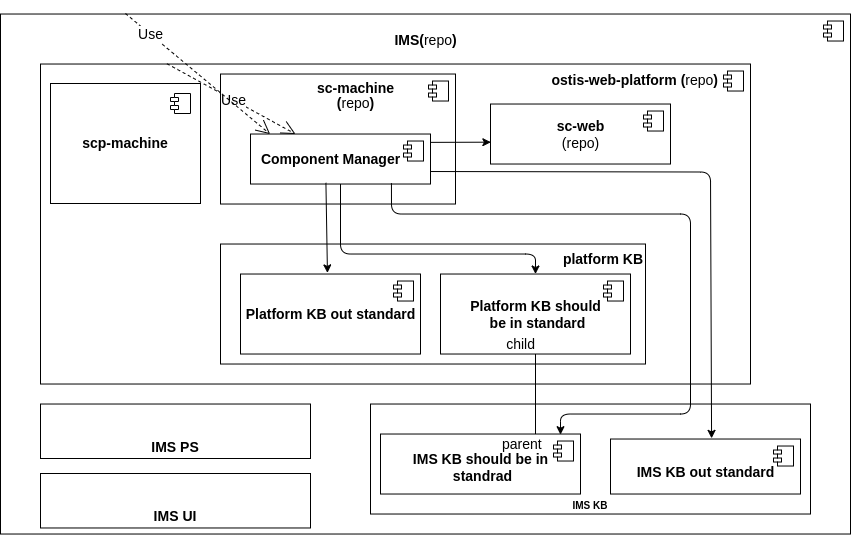
Earlier version of the draw.io export docs/images/metasystem_architecture.png (ostis-ai/ostis-metasystem). Source tidied: cells renumbered, new cells last; positions are measured from the earlier drawing's top-left corner, leaving out a move shared by most shapes.
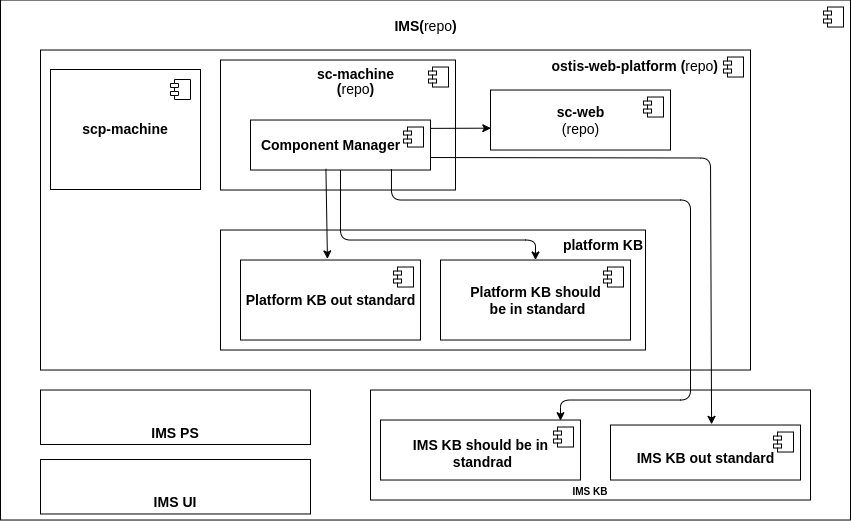
Later version of the same file.

What changed in the source:
```diff
@@ -48,102 +48,80 @@
         <mxPoint x="-27" y="7" as="offset" />
       </mxGeometry>
     </mxCell>
-    <mxCell id="14" value="Use" style="endArrow=open;endSize=12;dashed=1;html=1;rounded=0;fontSize=14;entryX=0.25;entryY=0;entryDx=0;entryDy=0;exitX=0.178;exitY=-0.001;exitDx=0;exitDy=0;exitPerimeter=0;" parent="1" edge="1" source="4" target="22">
-      <mxGeometry x="0.03" relative="1" as="geometry" />
+    <mxCell id="14" value="&lt;span style=&quot;font-size: 14px;&quot;&gt;&lt;b&gt;IMS KB out standard&lt;/b&gt;&lt;b&gt;&lt;br&gt;&lt;/b&gt;&lt;/span&gt;" style="html=1;spacingTop=11;" parent="1" vertex="1">
+      <mxGeometry x="610" y="424.5" width="190" height="55" as="geometry" />
     </mxCell>
-    <mxCell id="15" value="&lt;span style=&quot;font-size: 14px;&quot;&gt;&lt;b&gt;IMS KB out standard&lt;/b&gt;&lt;b&gt;&lt;br&gt;&lt;/b&gt;&lt;/span&gt;" style="html=1;spacingTop=11;" parent="1" vertex="1">
-      <mxGeometry x="610" y="424.5" width="190" height="55" as="geometry" />
+    <mxCell id="15" style="shape=module;jettyWidth=8;jettyHeight=4;" parent="14" vertex="1">
+      <mxGeometry x="1" width="20" height="20" relative="1" as="geometry">
+        <mxPoint x="-27" y="7" as="offset" />
+      </mxGeometry>
     </mxCell>
-    <mxCell id="16" style="shape=module;jettyWidth=8;jettyHeight=4;" parent="15" vertex="1">
-      <mxGeometry x="1" width="20" height="20" relative="1" as="geometry">
-        <mxPoint x="-27" y="7" as="offset" />
-      </mxGeometry>
+    <mxCell id="16" value="&lt;b style=&quot;font-size: 14px&quot;&gt;IMS KB should be in&lt;br&gt;&amp;nbsp;standrad&lt;/b&gt;&lt;span style=&quot;font-size: 14px&quot;&gt;&lt;b&gt;&lt;br&gt;&lt;/b&gt;&lt;/span&gt;" style="html=1;spacingTop=7;" parent="1" vertex="1">
+      <mxGeometry x="380" y="419.5" width="200" height="60" as="geometry" />
     </mxCell>
-    <mxCell id="17" value="&lt;b style=&quot;font-size: 14px&quot;&gt;IMS KB should be in&lt;br&gt;&amp;nbsp;standrad&lt;/b&gt;&lt;span style=&quot;font-size: 14px&quot;&gt;&lt;b&gt;&lt;br&gt;&lt;/b&gt;&lt;/span&gt;" style="html=1;spacingTop=7;" parent="1" vertex="1">
-      <mxGeometry x="380" y="419.5" width="200" height="60" as="geometry" />
+    <mxCell id="17" style="shape=module;jettyWidth=8;jettyHeight=4;" parent="16" vertex="1">
+      <mxGeometry x="1" width="20" height="20" relative="1" as="geometry">
+        <mxPoint x="-27" y="7" as="offset" />
+      </mxGeometry>
     </mxCell>
-    <mxCell id="18" style="shape=module;jettyWidth=8;jettyHeight=4;" parent="17" vertex="1">
-      <mxGeometry x="1" width="20" height="20" relative="1" as="geometry">
-        <mxPoint x="-27" y="7" as="offset" />
-      </mxGeometry>
+    <mxCell id="18" value="&lt;font style=&quot;font-size: 14px&quot;&gt;&lt;b&gt;Component Manager&lt;/b&gt;&lt;br&gt;&lt;/font&gt;" style="html=1;fillColor=none;spacingLeft=-21;" parent="1" vertex="1">
+      <mxGeometry x="250" y="119.5" width="180" height="50" as="geometry" />
     </mxCell>
-    <mxCell id="19" style="endArrow=none;html=1;edgeStyle=orthogonalEdgeStyle;rounded=0;fontSize=14;" parent="1" edge="1" source="17" target="10">
-      <mxGeometry relative="1" as="geometry">
-        <Array as="points">
-          <mxPoint x="535" y="349.5" />
-          <mxPoint x="535" y="349.5" />
-        </Array>
+    <mxCell id="19" style="shape=module;jettyWidth=8;jettyHeight=4;" parent="18" vertex="1">
+      <mxGeometry x="1" width="20" height="20" relative="1" as="geometry">
+        <mxPoint x="-27" y="7" as="offset" />
       </mxGeometry>
     </mxCell>
-    <mxCell id="20" value="parent" style="edgeLabel;html=1;align=left;verticalAlign=bottom;fontSize=14;fillColor=none;" parent="19" vertex="1">
-      <mxGeometry x="-1" relative="1" as="geometry">
-        <mxPoint x="-35" y="20" as="offset" />
-      </mxGeometry>
+    <mxCell id="20" value="&lt;span style=&quot;font-size: 14px;&quot;&gt;&lt;b&gt;Platform KB out standard&lt;/b&gt;&lt;b&gt;&lt;br&gt;&lt;/b&gt;&lt;/span&gt;" style="html=1;" parent="1" vertex="1">
+      <mxGeometry x="240" y="259.5" width="180" height="80" as="geometry" />
     </mxCell>
-    <mxCell id="21" value="child" style="edgeLabel;html=1;align=right;verticalAlign=bottom;fontSize=14;fillColor=none;" parent="19" vertex="1">
-      <mxGeometry x="1" relative="1" as="geometry" />
+    <mxCell id="21" style="shape=module;jettyWidth=8;jettyHeight=4;" parent="20" vertex="1">
+      <mxGeometry x="1" width="20" height="20" relative="1" as="geometry">
+        <mxPoint x="-27" y="7" as="offset" />
+      </mxGeometry>
     </mxCell>
-    <mxCell id="22" value="&lt;font style=&quot;font-size: 14px&quot;&gt;&lt;b&gt;Component Manager&lt;/b&gt;&lt;br&gt;&lt;/font&gt;" style="html=1;fillColor=none;spacingLeft=-21;" parent="1" vertex="1">
-      <mxGeometry x="250" y="119.5" width="180" height="50" as="geometry" />
+    <mxCell id="22" style="endArrow=classic;html=1;exitX=1.002;exitY=0.167;exitDx=0;exitDy=0;entryX=0.002;entryY=0.636;entryDx=0;entryDy=0;entryPerimeter=0;exitPerimeter=0;" parent="1" edge="1" source="18" target="12">
+      <mxGeometry relative="1" as="geometry" />
     </mxCell>
-    <mxCell id="23" style="shape=module;jettyWidth=8;jettyHeight=4;" parent="22" vertex="1">
-      <mxGeometry x="1" width="20" height="20" relative="1" as="geometry">
-        <mxPoint x="-27" y="7" as="offset" />
-      </mxGeometry>
+    <mxCell id="23" style="endArrow=classic;html=1;entryX=0.483;entryY=-0.014;entryDx=0;entryDy=0;exitX=0.419;exitY=0.976;exitDx=0;exitDy=0;exitPerimeter=0;entryPerimeter=0;" parent="1" edge="1" source="18" target="20">
+      <mxGeometry relative="1" as="geometry" />
     </mxCell>
-    <mxCell id="24" value="&lt;span style=&quot;font-size: 14px;&quot;&gt;&lt;b&gt;Platform KB out standard&lt;/b&gt;&lt;b&gt;&lt;br&gt;&lt;/b&gt;&lt;/span&gt;" style="html=1;" parent="1" vertex="1">
-      <mxGeometry x="240" y="259.5" width="180" height="80" as="geometry" />
+    <mxCell id="24" style="endArrow=classic;html=1;exitX=0.5;exitY=1;exitDx=0;exitDy=0;entryX=0.5;entryY=0;entryDx=0;entryDy=0;" parent="1" edge="1" source="18" target="10">
+      <mxGeometry relative="1" as="geometry">
+        <Array as="points">
+          <mxPoint x="340" y="239.5" />
+          <mxPoint x="535" y="239.5" />
+        </Array>
+      </mxGeometry>
     </mxCell>
-    <mxCell id="25" style="shape=module;jettyWidth=8;jettyHeight=4;" parent="24" vertex="1">
-      <mxGeometry x="1" width="20" height="20" relative="1" as="geometry">
-        <mxPoint x="-27" y="7" as="offset" />
+    <mxCell id="25" style="endArrow=classic;html=1;exitX=0.783;exitY=0.983;exitDx=0;exitDy=0;exitPerimeter=0;entryX=0.9;entryY=0.011;entryDx=0;entryDy=0;entryPerimeter=0;" parent="1" edge="1" source="18" target="16">
+      <mxGeometry relative="1" as="geometry">
+        <Array as="points">
+          <mxPoint x="391" y="199.5" />
+          <mxPoint x="690" y="199.5" />
+          <mxPoint x="690" y="399.5" />
+          <mxPoint x="560" y="399.5" />
+        </Array>
       </mxGeometry>
     </mxCell>
-    <mxCell id="26" style="endArrow=classic;html=1;exitX=1.002;exitY=0.167;exitDx=0;exitDy=0;entryX=0.002;entryY=0.636;entryDx=0;entryDy=0;entryPerimeter=0;exitPerimeter=0;" parent="1" edge="1" source="22" target="12">
-      <mxGeometry relative="1" as="geometry" />
+    <mxCell id="26" style="endArrow=classic;html=1;exitX=1;exitY=0.75;exitDx=0;exitDy=0;entryX=0.532;entryY=-0.012;entryDx=0;entryDy=0;entryPerimeter=0;" parent="1" edge="1" source="18" target="14">
+      <mxGeometry relative="1" as="geometry">
+        <Array as="points">
+          <mxPoint x="710" y="157.5" />
+        </Array>
+      </mxGeometry>
     </mxCell>
-    <mxCell id="27" value="Use" style="endArrow=open;endSize=12;dashed=1;html=1;rounded=0;fontSize=14;entryX=0.109;entryY=0.002;entryDx=0;entryDy=0;entryPerimeter=0;exitX=0.147;exitY=-0.001;exitDx=0;exitDy=0;exitPerimeter=0;" parent="1" edge="1" source="2" target="22">
-      <mxGeometry x="-0.65" relative="1" as="geometry" />
+    <mxCell id="27" value="&lt;b&gt;&lt;font style=&quot;font-size: 14px;&quot;&gt;scp-machine&lt;/font&gt;&lt;/b&gt;" style="rounded=0;whiteSpace=wrap;html=1;fillColor=none;" parent="1" vertex="1">
+      <mxGeometry x="50" y="69" width="150" height="120" as="geometry" />
     </mxCell>
-    <mxCell id="28" style="endArrow=classic;html=1;entryX=0.483;entryY=-0.014;entryDx=0;entryDy=0;exitX=0.419;exitY=0.976;exitDx=0;exitDy=0;exitPerimeter=0;entryPerimeter=0;" parent="1" edge="1" source="22" target="24">
-      <mxGeometry relative="1" as="geometry" />
+    <mxCell id="28" style="shape=module;jettyWidth=8;jettyHeight=4;" parent="1" vertex="1">
+      <mxGeometry x="170" y="79" width="20" height="20" as="geometry" />
     </mxCell>
-    <mxCell id="29" style="endArrow=classic;html=1;exitX=0.5;exitY=1;exitDx=0;exitDy=0;entryX=0.5;entryY=0;entryDx=0;entryDy=0;" parent="1" edge="1" source="22" target="10">
-      <mxGeometry relative="1" as="geometry">
-        <Array as="points">
-          <mxPoint x="340" y="239.5" />
-          <mxPoint x="535" y="239.5" />
-        </Array>
-      </mxGeometry>
+    <mxCell id="29" value="&lt;b style=&quot;&quot;&gt;&lt;font style=&quot;font-size: 14px;&quot;&gt;IMS PS&lt;/font&gt;&lt;/b&gt;" style="rounded=0;whiteSpace=wrap;html=1;fillColor=none;verticalAlign=bottom;" parent="1" vertex="1">
+      <mxGeometry x="40" y="389.5" width="270" height="54.5" as="geometry" />
     </mxCell>
-    <mxCell id="30" style="endArrow=classic;html=1;exitX=0.783;exitY=0.983;exitDx=0;exitDy=0;exitPerimeter=0;entryX=0.9;entryY=0.011;entryDx=0;entryDy=0;entryPerimeter=0;" parent="1" edge="1" source="22" target="17">
-      <mxGeometry relative="1" as="geometry">
-        <Array as="points">
-          <mxPoint x="391" y="199.5" />
-          <mxPoint x="690" y="199.5" />
-          <mxPoint x="690" y="399.5" />
-          <mxPoint x="560" y="399.5" />
-        </Array>
-      </mxGeometry>
+    <mxCell id="30" value="&lt;b style=&quot;&quot;&gt;&lt;font style=&quot;font-size: 14px;&quot;&gt;IMS UI&lt;/font&gt;&lt;/b&gt;" style="rounded=0;whiteSpace=wrap;html=1;fillColor=none;verticalAlign=bottom;" parent="1" vertex="1">
+      <mxGeometry x="40" y="459" width="270" height="54.5" as="geometry" />
     </mxCell>
-    <mxCell id="31" style="endArrow=classic;html=1;exitX=1;exitY=0.75;exitDx=0;exitDy=0;entryX=0.532;entryY=-0.012;entryDx=0;entryDy=0;entryPerimeter=0;" parent="1" edge="1" source="22" target="15">
-      <mxGeometry relative="1" as="geometry">
-        <Array as="points">
-          <mxPoint x="710" y="157.5" />
-        </Array>
-      </mxGeometry>
-    </mxCell>
-    <mxCell id="32" value="&lt;b&gt;&lt;font style=&quot;font-size: 14px;&quot;&gt;scp-machine&lt;/font&gt;&lt;/b&gt;" style="rounded=0;whiteSpace=wrap;html=1;fillColor=none;" parent="1" vertex="1">
-      <mxGeometry x="50" y="69" width="150" height="120" as="geometry" />
-    </mxCell>
-    <mxCell id="33" style="shape=module;jettyWidth=8;jettyHeight=4;" parent="1" vertex="1">
-      <mxGeometry x="170" y="79" width="20" height="20" as="geometry" />
-    </mxCell>
-    <mxCell id="34" value="&lt;b style=&quot;&quot;&gt;&lt;font style=&quot;font-size: 14px;&quot;&gt;IMS PS&lt;/font&gt;&lt;/b&gt;" style="rounded=0;whiteSpace=wrap;html=1;fillColor=none;verticalAlign=bottom;" parent="1" vertex="1">
-      <mxGeometry x="40" y="389.5" width="270" height="54.5" as="geometry" />
-    </mxCell>
-    <mxCell id="35" value="&lt;b style=&quot;&quot;&gt;&lt;font style=&quot;font-size: 14px;&quot;&gt;IMS UI&lt;/font&gt;&lt;/b&gt;" style="rounded=0;whiteSpace=wrap;html=1;fillColor=none;verticalAlign=bottom;" parent="1" vertex="1">
-      <mxGeometry x="40" y="459" width="270" height="54.5" as="geometry" />
-    </mxCell>
   </root>
 </mxGraphModel>
```
